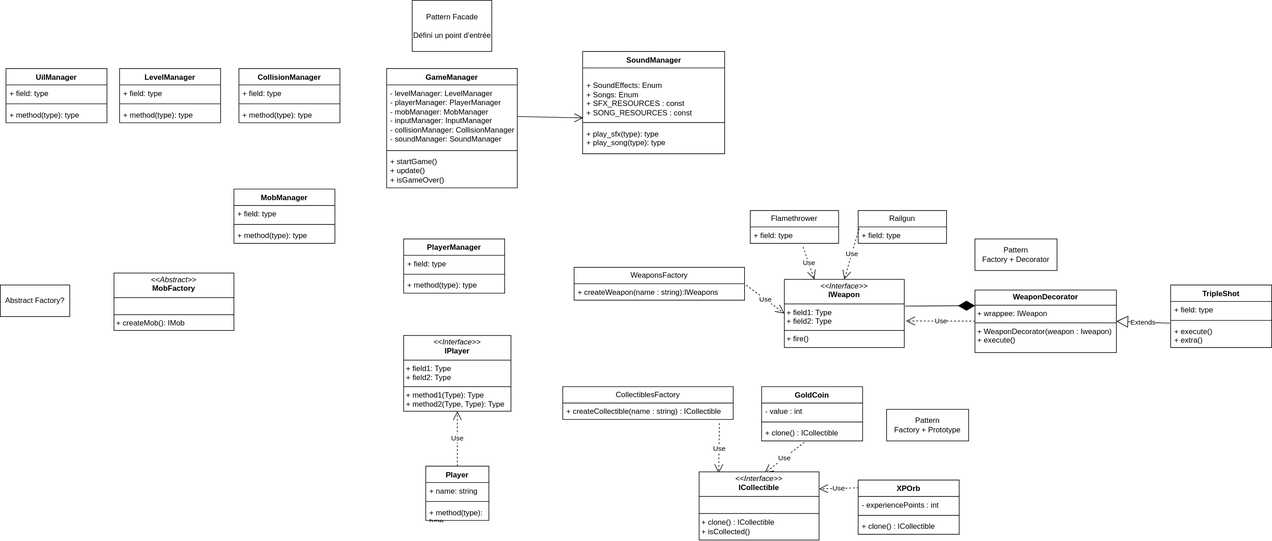
This is class_diagram.drawio.svg from CNAM-gaming/vampire_survivors, a draw.io export, as it was before one commit. Source tidied: cells renumbered, new cells last; positions are measured from the earlier drawing's top-left corner, leaving out a move shared by most shapes.
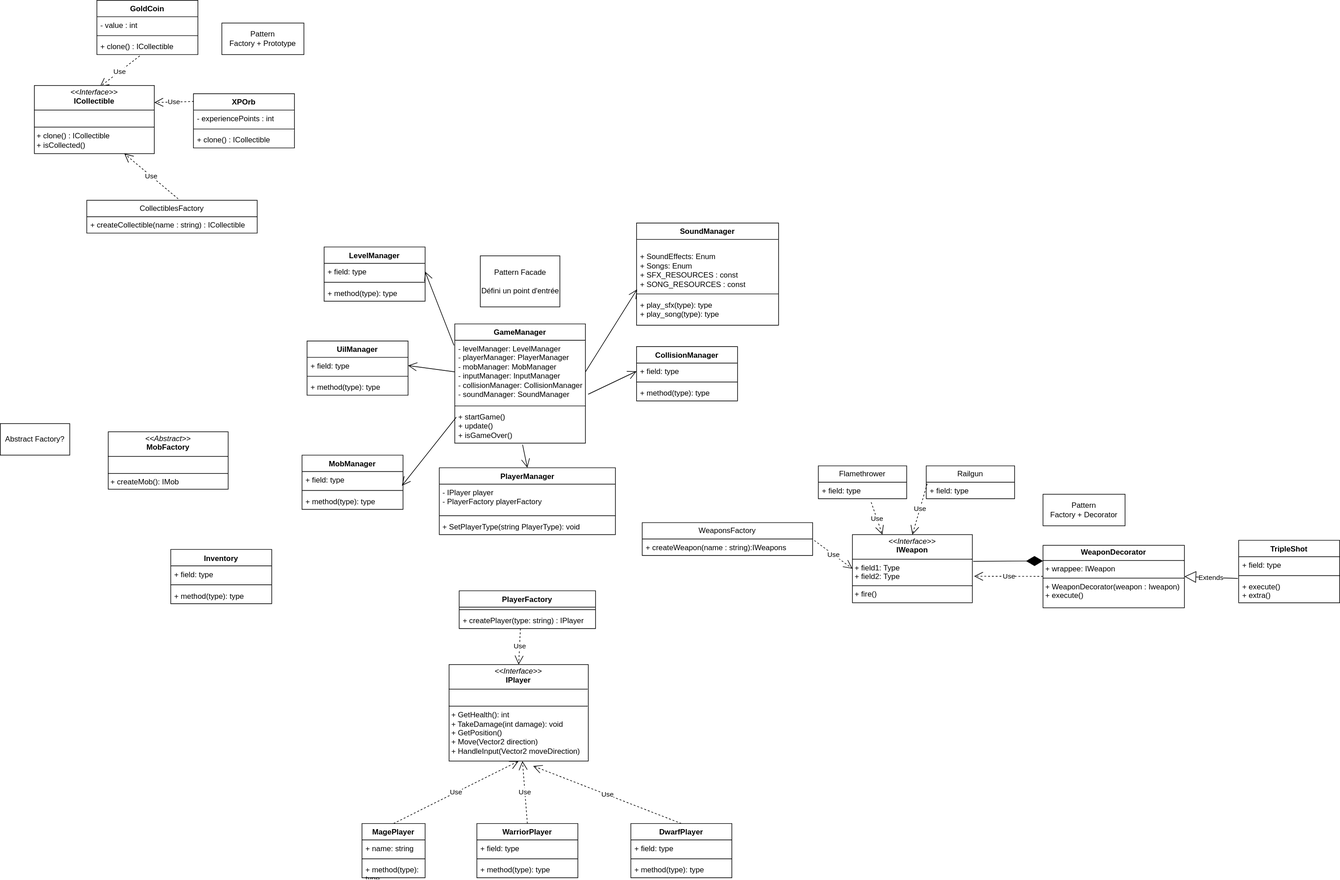
The same file after the commit.

Commit message:
Mettre à jour class_diagram.drawio.svg

What changed in the source:
```diff
@@ -2,8 +2,8 @@
   <root>
     <mxCell id="0" />
     <mxCell id="1" parent="0" />
-    <mxCell id="2" value="Player" style="swimlane;fontStyle=1;align=center;verticalAlign=top;horizontal=1;startSize=26;whiteSpace=wrap;html=1;swimlaneFillColor=default;" parent="1" vertex="1">
-      <mxGeometry x="674" y="738" width="100" height="86" as="geometry" />
+    <mxCell id="2" value="MagePlayer" style="swimlane;fontStyle=1;align=center;verticalAlign=top;horizontal=1;startSize=26;whiteSpace=wrap;html=1;swimlaneFillColor=default;" parent="1" vertex="1">
+      <mxGeometry x="465" y="900" width="100" height="86" as="geometry" />
     </mxCell>
     <mxCell id="3" value="+ name: string" style="text;strokeColor=none;fillColor=none;align=left;verticalAlign=top;spacingLeft=4;spacingRight=4;overflow=hidden;whiteSpace=wrap;html=1;" parent="2" vertex="1">
       <mxGeometry y="26" width="100" height="26" as="geometry" />
@@ -14,8 +14,8 @@
     <mxCell id="5" value="+ method(type): type" style="text;strokeColor=none;fillColor=none;align=left;verticalAlign=top;spacingLeft=4;spacingRight=4;overflow=hidden;whiteSpace=wrap;html=1;" parent="2" vertex="1">
       <mxGeometry y="60" width="100" height="26" as="geometry" />
     </mxCell>
-    <mxCell id="6" value="&lt;p style=&quot;margin:0px;margin-top:4px;text-align:center;&quot;&gt;&lt;i&gt;&amp;lt;&amp;lt;Interface&amp;gt;&amp;gt;&lt;/i&gt;&lt;br&gt;&lt;b&gt;IPlayer&lt;/b&gt;&lt;/p&gt;&lt;hr size=&quot;1&quot; style=&quot;border-style:solid;&quot;&gt;&lt;p style=&quot;margin:0px;margin-left:4px;&quot;&gt;+ field1: Type&lt;br&gt;+ field2: Type&lt;/p&gt;&lt;hr size=&quot;1&quot; style=&quot;border-style:solid;&quot;&gt;&lt;p style=&quot;margin:0px;margin-left:4px;&quot;&gt;+ method1(Type): Type&lt;br&gt;+ method2(Type, Type): Type&lt;/p&gt;" style="verticalAlign=top;align=left;overflow=fill;html=1;whiteSpace=wrap;" parent="1" vertex="1">
-      <mxGeometry x="639" y="531" width="170" height="120" as="geometry" />
+    <mxCell id="6" value="&lt;p style=&quot;margin:0px;margin-top:4px;text-align:center;&quot;&gt;&lt;i&gt;&amp;lt;&amp;lt;Interface&amp;gt;&amp;gt;&lt;/i&gt;&lt;br&gt;&lt;b&gt;IPlayer&lt;/b&gt;&lt;/p&gt;&lt;hr size=&quot;1&quot; style=&quot;border-style:solid;&quot;&gt;&lt;p style=&quot;margin:0px;margin-left:4px;&quot;&gt;&lt;br&gt;&lt;/p&gt;&lt;hr size=&quot;1&quot; style=&quot;border-style:solid;&quot;&gt;&lt;p style=&quot;margin:0px;margin-left:4px;&quot;&gt;+ GetHealth(): int&lt;br&gt;+ TakeDamage(int damage): void&lt;/p&gt;&lt;p style=&quot;margin:0px;margin-left:4px;&quot;&gt;+ GetPosition()&lt;/p&gt;&lt;p style=&quot;margin:0px;margin-left:4px;&quot;&gt;+ Move(Vector2 direction)&lt;/p&gt;&lt;p style=&quot;margin:0px;margin-left:4px;&quot;&gt;+ HandleInput(Vector2 moveDirection)&amp;nbsp;&lt;/p&gt;" style="verticalAlign=top;align=left;overflow=fill;html=1;whiteSpace=wrap;" parent="1" vertex="1">
+      <mxGeometry x="603" y="648" width="220.5" height="153" as="geometry" />
     </mxCell>
     <mxCell id="7" value="WeaponsFactory" style="swimlane;fontStyle=0;horizontal=1;startSize=26;fillColor=none;whiteSpace=wrap;html=1;" parent="1" vertex="1">
       <mxGeometry x="909" y="423" width="270" height="52" as="geometry" />
@@ -75,10 +75,10 @@
       <mxGeometry relative="1" as="geometry" />
     </mxCell>
     <mxCell id="26" value="&lt;p style=&quot;margin:0px;margin-top:4px;text-align:center;&quot;&gt;&lt;i&gt;&amp;lt;&amp;lt;Abstract&amp;gt;&amp;gt;&lt;/i&gt;&lt;br&gt;&lt;b&gt;MobFactory&lt;/b&gt;&lt;/p&gt;&lt;hr size=&quot;1&quot; style=&quot;border-style:solid;&quot;&gt;&lt;p style=&quot;margin:0px;margin-left:4px;&quot;&gt;&lt;br&gt;&lt;/p&gt;&lt;hr size=&quot;1&quot; style=&quot;border-style:solid;&quot;&gt;&lt;p style=&quot;margin:0px;margin-left:4px;&quot;&gt;+ createMob(): IMob&lt;/p&gt;" style="verticalAlign=top;align=left;overflow=fill;html=1;whiteSpace=wrap;" parent="1" vertex="1">
-      <mxGeometry x="180" y="432" width="190" height="91" as="geometry" />
+      <mxGeometry x="63" y="279" width="190" height="91" as="geometry" />
     </mxCell>
     <mxCell id="27" value="SoundManager&lt;div&gt;&lt;br&gt;&lt;/div&gt;" style="swimlane;fontStyle=1;align=center;verticalAlign=top;horizontal=1;startSize=26;whiteSpace=wrap;html=1;" parent="1" vertex="1">
-      <mxGeometry x="922.5" y="81" width="225" height="162" as="geometry" />
+      <mxGeometry x="900" y="-52" width="225" height="162" as="geometry" />
     </mxCell>
     <mxCell id="28" value="&lt;div&gt;&lt;br&gt;&lt;/div&gt;+ SoundEffects: Enum&lt;div&gt;+ Songs: Enum&lt;br&gt;&lt;/div&gt;&lt;div&gt;+ SFX_RESOURCES : const&amp;nbsp;&lt;br&gt;+ SONG_RESOURCES : const&lt;/div&gt;&lt;div&gt;&lt;br&gt;&lt;/div&gt;" style="text;strokeColor=none;fillColor=none;align=left;verticalAlign=top;spacingLeft=4;spacingRight=4;overflow=hidden;points=[[0,0.5],[1,0.5]];portConstraint=eastwest;whiteSpace=wrap;html=1;" parent="27" vertex="1">
       <mxGeometry y="26" width="225" height="82" as="geometry" />
@@ -93,7 +93,7 @@
       <mxGeometry relative="1" as="geometry" />
     </mxCell>
     <mxCell id="32" value="GoldCoin" style="swimlane;fontStyle=1;align=center;verticalAlign=top;horizontal=1;startSize=26;whiteSpace=wrap;html=1;" parent="1" vertex="1">
-      <mxGeometry x="1206" y="612" width="160" height="86" as="geometry" />
+      <mxGeometry x="45" y="-405" width="160" height="86" as="geometry" />
     </mxCell>
     <mxCell id="33" value="- value : int" style="text;strokeColor=none;fillColor=none;align=left;verticalAlign=top;spacingLeft=4;spacingRight=4;overflow=hidden;whiteSpace=wrap;html=1;" parent="32" vertex="1">
       <mxGeometry y="26" width="160" height="26" as="geometry" />
@@ -105,7 +105,7 @@
       <mxGeometry y="60" width="160" height="26" as="geometry" />
     </mxCell>
     <mxCell id="36" value="XPOrb" style="swimlane;fontStyle=1;align=center;verticalAlign=top;horizontal=1;startSize=26;whiteSpace=wrap;html=1;" parent="1" vertex="1">
-      <mxGeometry x="1359" y="760" width="160" height="86" as="geometry" />
+      <mxGeometry x="198" y="-257" width="160" height="86" as="geometry" />
     </mxCell>
     <mxCell id="37" value="- experiencePoints : int" style="text;strokeColor=none;fillColor=none;align=left;verticalAlign=top;spacingLeft=4;spacingRight=4;overflow=hidden;whiteSpace=wrap;html=1;" parent="36" vertex="1">
       <mxGeometry y="26" width="160" height="26" as="geometry" />
@@ -123,16 +123,16 @@
       <mxGeometry relative="1" as="geometry" />
     </mxCell>
     <mxCell id="42" value="CollectiblesFactory" style="swimlane;fontStyle=0;horizontal=1;startSize=26;fillColor=none;whiteSpace=wrap;html=1;" parent="1" vertex="1">
-      <mxGeometry x="891" y="612" width="270" height="52" as="geometry" />
+      <mxGeometry x="29" y="-88" width="270" height="52" as="geometry" />
     </mxCell>
     <mxCell id="43" value="+ createCollectible(name : string) : ICollectible" style="text;strokeColor=none;fillColor=none;align=left;verticalAlign=top;spacingLeft=4;spacingRight=4;overflow=hidden;points=[[0,0.5],[1,0.5]];portConstraint=eastwest;whiteSpace=wrap;html=1;" parent="42" vertex="1">
       <mxGeometry y="26" width="270" height="26" as="geometry" />
     </mxCell>
-    <mxCell id="44" value="Use" style="endArrow=open;endSize=12;dashed=1;html=1;rounded=0;exitX=0.919;exitY=1.231;exitDx=0;exitDy=0;exitPerimeter=0;entryX=0.163;entryY=0.02;entryDx=0;entryDy=0;entryPerimeter=0;" parent="1" edge="1" source="43" target="45">
+    <mxCell id="44" value="Use" style="endArrow=open;endSize=12;dashed=1;html=1;rounded=0;exitX=0.536;exitY=-0.045;exitDx=0;exitDy=0;exitPerimeter=0;entryX=0.75;entryY=1;entryDx=0;entryDy=0;" parent="1" edge="1" source="42" target="45">
       <mxGeometry relative="1" as="geometry" />
     </mxCell>
     <mxCell id="45" value="&lt;p style=&quot;margin:0px;margin-top:4px;text-align:center;&quot;&gt;&lt;i&gt;&amp;lt;&amp;lt;Interface&amp;gt;&amp;gt;&lt;/i&gt;&lt;br&gt;&lt;b&gt;ICollectible&lt;/b&gt;&lt;/p&gt;&lt;hr size=&quot;1&quot; style=&quot;border-style:solid;&quot;&gt;&lt;p style=&quot;margin:0px;margin-left:4px;&quot;&gt;&lt;br&gt;&lt;/p&gt;&lt;hr size=&quot;1&quot; style=&quot;border-style:solid;&quot;&gt;&lt;p style=&quot;margin:0px;margin-left:4px;&quot;&gt;+ clone() : ICollectible&lt;br&gt;&lt;/p&gt;&lt;p style=&quot;margin:0px;margin-left:4px;&quot;&gt;+ isCollected()&lt;/p&gt;&lt;p style=&quot;margin:0px;margin-left:4px;&quot;&gt;&lt;br&gt;&lt;/p&gt;" style="verticalAlign=top;align=left;overflow=fill;html=1;whiteSpace=wrap;" parent="1" vertex="1">
-      <mxGeometry x="1107" y="747" width="190" height="108" as="geometry" />
+      <mxGeometry x="-54" y="-270" width="190" height="108" as="geometry" />
     </mxCell>
     <mxCell id="46" value="GameManager&lt;div&gt;&lt;br&gt;&lt;/div&gt;" style="swimlane;fontStyle=1;align=center;verticalAlign=top;horizontal=1;startSize=26;whiteSpace=wrap;html=1;" parent="1" vertex="1">
       <mxGeometry x="612" y="108" width="207" height="189" as="geometry" />
@@ -147,7 +147,7 @@
       <mxGeometry y="134" width="207" height="55" as="geometry" />
     </mxCell>
     <mxCell id="50" value="LevelManager&lt;div&gt;&lt;br&gt;&lt;/div&gt;" style="swimlane;fontStyle=1;align=center;verticalAlign=top;horizontal=1;startSize=26;whiteSpace=wrap;html=1;" parent="1" vertex="1">
-      <mxGeometry x="189" y="108" width="160" height="86" as="geometry" />
+      <mxGeometry x="405" y="-14" width="160" height="86" as="geometry" />
     </mxCell>
     <mxCell id="51" value="+ field: type" style="text;strokeColor=none;fillColor=none;align=left;verticalAlign=top;spacingLeft=4;spacingRight=4;overflow=hidden;points=[[0,0.5],[1,0.5]];portConstraint=eastwest;whiteSpace=wrap;html=1;" parent="50" vertex="1">
       <mxGeometry y="26" width="160" height="26" as="geometry" />
@@ -159,7 +159,7 @@
       <mxGeometry y="60" width="160" height="26" as="geometry" />
     </mxCell>
     <mxCell id="54" value="&lt;div&gt;MobManager&lt;/div&gt;" style="swimlane;fontStyle=1;align=center;verticalAlign=top;horizontal=1;startSize=26;whiteSpace=wrap;html=1;" parent="1" vertex="1">
-      <mxGeometry x="370" y="299" width="160" height="86" as="geometry" />
+      <mxGeometry x="370" y="316" width="160" height="86" as="geometry" />
     </mxCell>
     <mxCell id="55" value="+ field: type" style="text;strokeColor=none;fillColor=none;align=left;verticalAlign=top;spacingLeft=4;spacingRight=4;overflow=hidden;points=[[0,0.5],[1,0.5]];portConstraint=eastwest;whiteSpace=wrap;html=1;" parent="54" vertex="1">
       <mxGeometry y="26" width="160" height="26" as="geometry" />
@@ -171,19 +171,19 @@
       <mxGeometry y="60" width="160" height="26" as="geometry" />
     </mxCell>
     <mxCell id="58" value="&lt;div&gt;PlayerManager&lt;/div&gt;" style="swimlane;fontStyle=1;align=center;verticalAlign=top;horizontal=1;startSize=26;whiteSpace=wrap;html=1;" parent="1" vertex="1">
-      <mxGeometry x="639" y="378" width="160" height="86" as="geometry" />
+      <mxGeometry x="587.5" y="336" width="279" height="106" as="geometry" />
     </mxCell>
-    <mxCell id="59" value="+ field: type" style="text;strokeColor=none;fillColor=none;align=left;verticalAlign=top;spacingLeft=4;spacingRight=4;overflow=hidden;whiteSpace=wrap;html=1;" parent="58" vertex="1">
-      <mxGeometry y="26" width="160" height="26" as="geometry" />
+    <mxCell id="59" value="- IPlayer player&lt;div&gt;- PlayerFactory playerFactory&lt;/div&gt;" style="text;strokeColor=none;fillColor=none;align=left;verticalAlign=top;spacingLeft=4;spacingRight=4;overflow=hidden;whiteSpace=wrap;html=1;" parent="58" vertex="1">
+      <mxGeometry y="26" width="279" height="46" as="geometry" />
     </mxCell>
     <mxCell id="60" style="line;strokeWidth=1;fillColor=none;align=left;verticalAlign=middle;spacingTop=-1;spacingLeft=3;spacingRight=3;labelPosition=right;strokeColor=inherit;" parent="58" vertex="1">
-      <mxGeometry y="52" width="160" height="8" as="geometry" />
+      <mxGeometry y="72" width="279" height="8" as="geometry" />
     </mxCell>
-    <mxCell id="61" value="+ method(type): type" style="text;strokeColor=none;fillColor=none;align=left;verticalAlign=top;spacingLeft=4;spacingRight=4;overflow=hidden;whiteSpace=wrap;html=1;" parent="58" vertex="1">
-      <mxGeometry y="60" width="160" height="26" as="geometry" />
+    <mxCell id="61" value="+ SetPlayerType(string PlayerType): void" style="text;strokeColor=none;fillColor=none;align=left;verticalAlign=top;spacingLeft=4;spacingRight=4;overflow=hidden;whiteSpace=wrap;html=1;" parent="58" vertex="1">
+      <mxGeometry y="80" width="279" height="26" as="geometry" />
     </mxCell>
     <mxCell id="62" value="&lt;div&gt;CollisionManager&lt;/div&gt;" style="swimlane;fontStyle=1;align=center;verticalAlign=top;horizontal=1;startSize=26;whiteSpace=wrap;html=1;" parent="1" vertex="1">
-      <mxGeometry x="378" y="108" width="160" height="86" as="geometry" />
+      <mxGeometry x="900" y="144" width="160" height="86" as="geometry" />
     </mxCell>
     <mxCell id="63" value="+ field: type" style="text;strokeColor=none;fillColor=none;align=left;verticalAlign=top;spacingLeft=4;spacingRight=4;overflow=hidden;points=[[0,0.5],[1,0.5]];portConstraint=eastwest;whiteSpace=wrap;html=1;" parent="62" vertex="1">
       <mxGeometry y="26" width="160" height="26" as="geometry" />
@@ -195,7 +195,7 @@
       <mxGeometry y="60" width="160" height="26" as="geometry" />
     </mxCell>
     <mxCell id="66" value="UilManager&lt;div&gt;&lt;br&gt;&lt;/div&gt;" style="swimlane;fontStyle=1;align=center;verticalAlign=top;horizontal=1;startSize=26;whiteSpace=wrap;html=1;" parent="1" vertex="1">
-      <mxGeometry x="9" y="108" width="160" height="86" as="geometry" />
+      <mxGeometry x="378" y="135" width="160" height="86" as="geometry" />
     </mxCell>
     <mxCell id="67" value="+ field: type" style="text;strokeColor=none;fillColor=none;align=left;verticalAlign=top;spacingLeft=4;spacingRight=4;overflow=hidden;points=[[0,0.5],[1,0.5]];portConstraint=eastwest;whiteSpace=wrap;html=1;" parent="66" vertex="1">
       <mxGeometry y="26" width="160" height="26" as="geometry" />
@@ -210,13 +210,82 @@
       <mxGeometry x="652.5" width="126" height="81" as="geometry" />
     </mxCell>
     <mxCell id="71" value="Pattern&lt;br&gt;Factory + Prototype" style="html=1;whiteSpace=wrap;" parent="1" vertex="1">
-      <mxGeometry x="1404" y="648" width="130" height="50" as="geometry" />
+      <mxGeometry x="243" y="-369" width="130" height="50" as="geometry" />
     </mxCell>
     <mxCell id="72" value="Pattern&lt;br&gt;Factory + Decorator" style="html=1;whiteSpace=wrap;" parent="1" vertex="1">
       <mxGeometry x="1544" y="378" width="130" height="50" as="geometry" />
     </mxCell>
     <mxCell id="73" value="Abstract Factory?" style="html=1;whiteSpace=wrap;" parent="1" vertex="1">
-      <mxGeometry y="451" width="110" height="50" as="geometry" />
+      <mxGeometry x="-108" y="266" width="110" height="50" as="geometry" />
     </mxCell>
+    <mxCell id="74" style="endArrow=open;endFill=1;endSize=12;html=1;rounded=0;exitX=1.021;exitY=0.855;exitDx=0;exitDy=0;exitPerimeter=0;entryX=0;entryY=0.5;entryDx=0;entryDy=0;" parent="1" edge="1" source="47" target="63">
+      <mxGeometry relative="1" as="geometry" />
+    </mxCell>
+    <mxCell id="75" style="endArrow=open;endFill=1;endSize=12;html=1;rounded=0;exitX=0.519;exitY=1.045;exitDx=0;exitDy=0;exitPerimeter=0;entryX=0.5;entryY=0;entryDx=0;entryDy=0;" parent="1" edge="1" source="49" target="58">
+      <mxGeometry relative="1" as="geometry" />
+    </mxCell>
+    <mxCell id="76" style="endArrow=open;endFill=1;endSize=12;html=1;rounded=0;exitX=0.012;exitY=0.25;exitDx=0;exitDy=0;exitPerimeter=0;entryX=0.989;entryY=0.865;entryDx=0;entryDy=0;entryPerimeter=0;" parent="1" edge="1" source="49" target="55">
+      <mxGeometry relative="1" as="geometry" />
+    </mxCell>
+    <mxCell id="77" style="endArrow=open;endFill=1;endSize=12;html=1;rounded=0;exitX=0;exitY=0.5;exitDx=0;exitDy=0;entryX=1;entryY=0.5;entryDx=0;entryDy=0;" parent="1" edge="1" source="47" target="67">
+      <mxGeometry relative="1" as="geometry" />
+    </mxCell>
+    <mxCell id="78" style="endArrow=open;endFill=1;endSize=12;html=1;rounded=0;exitX=-0.006;exitY=0.08;exitDx=0;exitDy=0;exitPerimeter=0;entryX=1;entryY=0.5;entryDx=0;entryDy=0;" parent="1" edge="1" source="47" target="51">
+      <mxGeometry relative="1" as="geometry" />
+    </mxCell>
+    <mxCell id="79" value="Inventory&lt;div&gt;&lt;br&gt;&lt;/div&gt;" style="swimlane;fontStyle=1;align=center;verticalAlign=top;horizontal=1;startSize=26;whiteSpace=wrap;html=1;" parent="1" vertex="1">
+      <mxGeometry x="162" y="465.5" width="160" height="86" as="geometry" />
+    </mxCell>
+    <mxCell id="80" value="+ field: type" style="text;strokeColor=none;fillColor=none;align=left;verticalAlign=top;spacingLeft=4;spacingRight=4;overflow=hidden;whiteSpace=wrap;html=1;" parent="79" vertex="1">
+      <mxGeometry y="26" width="160" height="26" as="geometry" />
+    </mxCell>
+    <mxCell id="81" style="line;strokeWidth=1;fillColor=none;align=left;verticalAlign=middle;spacingTop=-1;spacingLeft=3;spacingRight=3;labelPosition=right;strokeColor=inherit;" parent="79" vertex="1">
+      <mxGeometry y="52" width="160" height="8" as="geometry" />
+    </mxCell>
+    <mxCell id="82" value="+ method(type): type" style="text;strokeColor=none;fillColor=none;align=left;verticalAlign=top;spacingLeft=4;spacingRight=4;overflow=hidden;whiteSpace=wrap;html=1;" parent="79" vertex="1">
+      <mxGeometry y="60" width="160" height="26" as="geometry" />
+    </mxCell>
+    <mxCell id="83" value="PlayerFactory" style="swimlane;fontStyle=1;align=center;verticalAlign=top;horizontal=1;startSize=26;whiteSpace=wrap;html=1;" parent="1" vertex="1">
+      <mxGeometry x="619" y="531" width="216" height="60" as="geometry" />
+    </mxCell>
+    <mxCell id="84" style="line;strokeWidth=1;fillColor=none;align=left;verticalAlign=middle;spacingTop=-1;spacingLeft=3;spacingRight=3;labelPosition=right;strokeColor=inherit;" parent="83" vertex="1">
+      <mxGeometry y="26" width="216" height="8" as="geometry" />
+    </mxCell>
+    <mxCell id="85" value="+ createPlayer(type: string) : IPlayer" style="text;strokeColor=none;fillColor=none;align=left;verticalAlign=top;spacingLeft=4;spacingRight=4;overflow=hidden;points=[[0,0.5],[1,0.5]];portConstraint=eastwest;whiteSpace=wrap;html=1;" parent="83" vertex="1">
+      <mxGeometry y="34" width="216" height="26" as="geometry" />
+    </mxCell>
+    <mxCell id="86" value="Use" style="endArrow=open;endSize=12;dashed=1;html=1;rounded=0;exitX=0.449;exitY=1;exitDx=0;exitDy=0;exitPerimeter=0;entryX=0.5;entryY=0;entryDx=0;entryDy=0;" parent="1" edge="1" source="85" target="6">
+      <mxGeometry relative="1" as="geometry" />
+    </mxCell>
+    <mxCell id="87" value="WarriorPlayer" style="swimlane;fontStyle=1;align=center;verticalAlign=top;horizontal=1;startSize=26;whiteSpace=wrap;html=1;" parent="1" vertex="1">
+      <mxGeometry x="647" y="900" width="160" height="86" as="geometry" />
+    </mxCell>
+    <mxCell id="88" value="+ field: type" style="text;strokeColor=none;fillColor=none;align=left;verticalAlign=top;spacingLeft=4;spacingRight=4;overflow=hidden;whiteSpace=wrap;html=1;" parent="87" vertex="1">
+      <mxGeometry y="26" width="160" height="26" as="geometry" />
+    </mxCell>
+    <mxCell id="89" style="line;strokeWidth=1;fillColor=none;align=left;verticalAlign=middle;spacingTop=-1;spacingLeft=3;spacingRight=3;labelPosition=right;strokeColor=inherit;" parent="87" vertex="1">
+      <mxGeometry y="52" width="160" height="8" as="geometry" />
+    </mxCell>
+    <mxCell id="90" value="+ method(type): type" style="text;strokeColor=none;fillColor=none;align=left;verticalAlign=top;spacingLeft=4;spacingRight=4;overflow=hidden;whiteSpace=wrap;html=1;" parent="87" vertex="1">
+      <mxGeometry y="60" width="160" height="26" as="geometry" />
+    </mxCell>
+    <mxCell id="91" value="DwarfPlayer" style="swimlane;fontStyle=1;align=center;verticalAlign=top;horizontal=1;startSize=26;whiteSpace=wrap;html=1;" parent="1" vertex="1">
+      <mxGeometry x="891" y="900" width="160" height="86" as="geometry" />
+    </mxCell>
+    <mxCell id="92" value="+ field: type" style="text;strokeColor=none;fillColor=none;align=left;verticalAlign=top;spacingLeft=4;spacingRight=4;overflow=hidden;whiteSpace=wrap;html=1;" parent="91" vertex="1">
+      <mxGeometry y="26" width="160" height="26" as="geometry" />
+    </mxCell>
+    <mxCell id="93" style="line;strokeWidth=1;fillColor=none;align=left;verticalAlign=middle;spacingTop=-1;spacingLeft=3;spacingRight=3;labelPosition=right;strokeColor=inherit;" parent="91" vertex="1">
+      <mxGeometry y="52" width="160" height="8" as="geometry" />
+    </mxCell>
+    <mxCell id="94" value="+ method(type): type" style="text;strokeColor=none;fillColor=none;align=left;verticalAlign=top;spacingLeft=4;spacingRight=4;overflow=hidden;whiteSpace=wrap;html=1;" parent="91" vertex="1">
+      <mxGeometry y="60" width="160" height="26" as="geometry" />
+    </mxCell>
+    <mxCell id="95" value="Use" style="endArrow=open;endSize=12;dashed=1;html=1;rounded=0;exitX=0.5;exitY=0;exitDx=0;exitDy=0;" parent="1" edge="1" source="87" target="6">
+      <mxGeometry relative="1" as="geometry" />
+    </mxCell>
+    <mxCell id="96" value="Use" style="endArrow=open;endSize=12;dashed=1;html=1;rounded=0;exitX=0.5;exitY=0;exitDx=0;exitDy=0;entryX=0.604;entryY=1.051;entryDx=0;entryDy=0;entryPerimeter=0;" parent="1" edge="1" source="91" target="6">
+      <mxGeometry relative="1" as="geometry" />
+    </mxCell>
   </root>
 </mxGraphModel>
```
